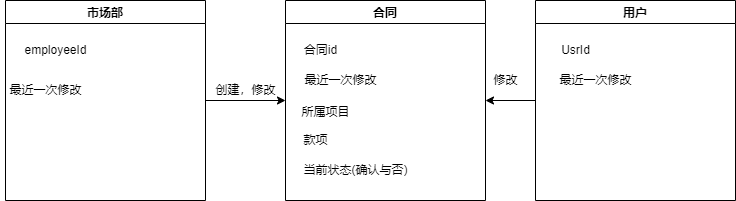
The draw.io diagram file/需求/合同创建.drawio.png in TheGreatAutomata/SE2022-SoftwareTestsSystem, before a commit. Source tidied: cells renumbered, new cells last; positions are measured from the earlier drawing's top-left corner, leaving out a move shared by most shapes. Its diagram source:
```xml
<mxGraphModel>
  <root>
    <mxCell id="0" />
    <mxCell id="1" parent="0" />
    <mxCell id="2" value="合同" style="swimlane;" parent="1" vertex="1">
      <mxGeometry x="285" width="200" height="200" as="geometry" />
    </mxCell>
    <mxCell id="3" value="款项" style="text;html=1;align=center;verticalAlign=middle;strokeColor=none;fillColor=none;" parent="2" vertex="1">
      <mxGeometry x="10" y="130" width="40" height="20" as="geometry" />
    </mxCell>
    <mxCell id="4" value="合同id" style="text;html=1;align=center;verticalAlign=middle;strokeColor=none;fillColor=none;" parent="2" vertex="1">
      <mxGeometry x="10" y="40" width="50" height="20" as="geometry" />
    </mxCell>
    <mxCell id="5" value="最近一次修改" style="text;html=1;align=center;verticalAlign=middle;strokeColor=none;fillColor=none;" parent="2" vertex="1">
      <mxGeometry x="10" y="70" width="90" height="20" as="geometry" />
    </mxCell>
    <mxCell id="6" value="所属项目" style="text;html=1;align=center;verticalAlign=middle;strokeColor=none;fillColor=none;" parent="2" vertex="1">
      <mxGeometry x="10" y="101.5" width="60" height="20" as="geometry" />
    </mxCell>
    <mxCell id="7" value="当前状态(确认与否)" style="text;html=1;align=center;verticalAlign=middle;strokeColor=none;fillColor=none;" parent="2" vertex="1">
      <mxGeometry x="10" y="160" width="120" height="20" as="geometry" />
    </mxCell>
    <mxCell id="8" style="edgeStyle=none;html=1;exitX=0;exitY=0.5;exitDx=0;exitDy=0;entryX=1;entryY=0.5;entryDx=0;entryDy=0;startArrow=none;" parent="1" edge="1" source="9" target="2">
      <mxGeometry relative="1" as="geometry" />
    </mxCell>
    <mxCell id="9" value="用户" style="swimlane;" parent="1" vertex="1">
      <mxGeometry x="535" width="200" height="200" as="geometry" />
    </mxCell>
    <mxCell id="10" value="UsrId" style="text;html=1;align=center;verticalAlign=middle;strokeColor=none;fillColor=none;" parent="9" vertex="1">
      <mxGeometry x="20" y="40" width="40" height="20" as="geometry" />
    </mxCell>
    <mxCell id="11" value="最近一次修改" style="text;html=1;align=center;verticalAlign=middle;strokeColor=none;fillColor=none;" parent="9" vertex="1">
      <mxGeometry x="15" y="70" width="90" height="20" as="geometry" />
    </mxCell>
    <mxCell id="12" style="edgeStyle=none;html=1;entryX=0;entryY=0.5;entryDx=0;entryDy=0;" parent="1" edge="1" source="13" target="2">
      <mxGeometry relative="1" as="geometry" />
    </mxCell>
    <mxCell id="13" value="市场部" style="swimlane;" parent="1" vertex="1">
      <mxGeometry x="5" width="200" height="200" as="geometry" />
    </mxCell>
    <mxCell id="14" value="employeeId" style="text;html=1;align=center;verticalAlign=middle;strokeColor=none;fillColor=none;" parent="13" vertex="1">
      <mxGeometry x="10" y="40" width="80" height="20" as="geometry" />
    </mxCell>
    <mxCell id="15" value="创建，修改" style="text;html=1;align=center;verticalAlign=middle;strokeColor=none;fillColor=none;" parent="1" vertex="1">
      <mxGeometry x="205" y="80" width="80" height="20" as="geometry" />
    </mxCell>
    <mxCell id="16" style="edgeStyle=none;html=1;exitX=0;exitY=0.5;exitDx=0;exitDy=0;entryX=1;entryY=0.5;entryDx=0;entryDy=0;endArrow=none;" parent="1" edge="1" source="9">
      <mxGeometry relative="1" as="geometry">
        <mxPoint x="535" y="90" as="targetPoint" />
      </mxGeometry>
    </mxCell>
    <mxCell id="17" value="修改" style="text;html=1;align=center;verticalAlign=middle;strokeColor=none;fillColor=none;" parent="1" vertex="1">
      <mxGeometry x="485" y="70" width="40" height="20" as="geometry" />
    </mxCell>
    <mxCell id="18" value="最近一次修改" style="text;html=1;align=center;verticalAlign=middle;strokeColor=none;fillColor=none;" parent="1" vertex="1">
      <mxGeometry y="80" width="90" height="20" as="geometry" />
    </mxCell>
  </root>
</mxGraphModel>
```
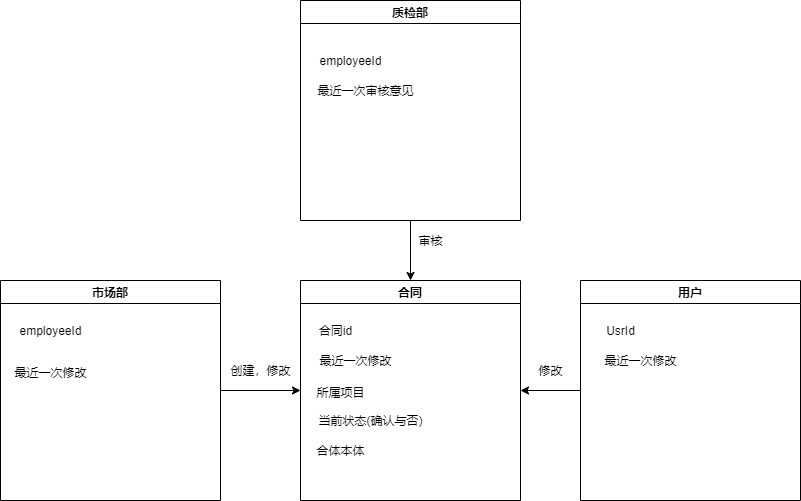
Later version of the same file.

Diff of the diagram source:
```diff
@@ -3,11 +3,8 @@
     <mxCell id="0" />
     <mxCell id="1" parent="0" />
     <mxCell id="2" value="合同" style="swimlane;" parent="1" vertex="1">
-      <mxGeometry x="285" width="200" height="200" as="geometry" />
+      <mxGeometry x="285" width="220" height="220" as="geometry" />
     </mxCell>
-    <mxCell id="3" value="款项" style="text;html=1;align=center;verticalAlign=middle;strokeColor=none;fillColor=none;" parent="2" vertex="1">
-      <mxGeometry x="10" y="130" width="40" height="20" as="geometry" />
-    </mxCell>
     <mxCell id="4" value="合同id" style="text;html=1;align=center;verticalAlign=middle;strokeColor=none;fillColor=none;" parent="2" vertex="1">
       <mxGeometry x="10" y="40" width="50" height="20" as="geometry" />
     </mxCell>
@@ -18,13 +15,16 @@
       <mxGeometry x="10" y="101.5" width="60" height="20" as="geometry" />
     </mxCell>
     <mxCell id="7" value="当前状态(确认与否)" style="text;html=1;align=center;verticalAlign=middle;strokeColor=none;fillColor=none;" parent="2" vertex="1">
-      <mxGeometry x="10" y="160" width="120" height="20" as="geometry" />
+      <mxGeometry x="10" y="130" width="120" height="20" as="geometry" />
     </mxCell>
+    <mxCell id="19" value="合体本体" style="text;html=1;align=center;verticalAlign=middle;strokeColor=none;fillColor=none;" parent="2" vertex="1">
+      <mxGeometry x="10" y="160" width="60" height="20" as="geometry" />
+    </mxCell>
     <mxCell id="8" style="edgeStyle=none;html=1;exitX=0;exitY=0.5;exitDx=0;exitDy=0;entryX=1;entryY=0.5;entryDx=0;entryDy=0;startArrow=none;" parent="1" edge="1" source="9" target="2">
       <mxGeometry relative="1" as="geometry" />
     </mxCell>
     <mxCell id="9" value="用户" style="swimlane;" parent="1" vertex="1">
-      <mxGeometry x="535" width="200" height="200" as="geometry" />
+      <mxGeometry x="565" width="220" height="220" as="geometry" />
     </mxCell>
     <mxCell id="10" value="UsrId" style="text;html=1;align=center;verticalAlign=middle;strokeColor=none;fillColor=none;" parent="9" vertex="1">
       <mxGeometry x="20" y="40" width="40" height="20" as="geometry" />
@@ -36,24 +36,34 @@
       <mxGeometry relative="1" as="geometry" />
     </mxCell>
     <mxCell id="13" value="市场部" style="swimlane;" parent="1" vertex="1">
-      <mxGeometry x="5" width="200" height="200" as="geometry" />
+      <mxGeometry x="-15" width="220" height="220" as="geometry" />
     </mxCell>
     <mxCell id="14" value="employeeId" style="text;html=1;align=center;verticalAlign=middle;strokeColor=none;fillColor=none;" parent="13" vertex="1">
       <mxGeometry x="10" y="40" width="80" height="20" as="geometry" />
     </mxCell>
+    <mxCell id="18" value="最近一次修改" style="text;html=1;align=center;verticalAlign=middle;strokeColor=none;fillColor=none;" parent="13" vertex="1">
+      <mxGeometry x="5" y="81.5" width="90" height="20" as="geometry" />
+    </mxCell>
     <mxCell id="15" value="创建，修改" style="text;html=1;align=center;verticalAlign=middle;strokeColor=none;fillColor=none;" parent="1" vertex="1">
       <mxGeometry x="205" y="80" width="80" height="20" as="geometry" />
     </mxCell>
-    <mxCell id="16" style="edgeStyle=none;html=1;exitX=0;exitY=0.5;exitDx=0;exitDy=0;entryX=1;entryY=0.5;entryDx=0;entryDy=0;endArrow=none;" parent="1" edge="1" source="9">
-      <mxGeometry relative="1" as="geometry">
-        <mxPoint x="535" y="90" as="targetPoint" />
-      </mxGeometry>
-    </mxCell>
     <mxCell id="17" value="修改" style="text;html=1;align=center;verticalAlign=middle;strokeColor=none;fillColor=none;" parent="1" vertex="1">
-      <mxGeometry x="485" y="70" width="40" height="20" as="geometry" />
+      <mxGeometry x="515" y="80" width="40" height="20" as="geometry" />
     </mxCell>
-    <mxCell id="18" value="最近一次修改" style="text;html=1;align=center;verticalAlign=middle;strokeColor=none;fillColor=none;" parent="1" vertex="1">
-      <mxGeometry y="80" width="90" height="20" as="geometry" />
-    </mxCell>
+    <mxCell id="20" style="edgeStyle=orthogonalEdgeStyle;rounded=0;jettySize=auto;html=1;exitX=0.5;exitY=1;exitDx=0;exitDy=0;" parent="1" edge="1" source="21" target="2">
+      <mxGeometry relative="1" as="geometry" />
+    </mxCell>
+    <mxCell id="21" value="质检部" style="swimlane;" parent="1" vertex="1">
+      <mxGeometry x="285" y="-280" width="220" height="220" as="geometry" />
+    </mxCell>
+    <mxCell id="22" value="employeeId" style="text;html=1;align=center;verticalAlign=middle;strokeColor=none;fillColor=none;" parent="21" vertex="1">
+      <mxGeometry x="10" y="50" width="80" height="20" as="geometry" />
+    </mxCell>
+    <mxCell id="23" value="最近一次审核意见" style="text;html=1;align=center;verticalAlign=middle;strokeColor=none;fillColor=none;" parent="21" vertex="1">
+      <mxGeometry x="10" y="80" width="110" height="20" as="geometry" />
+    </mxCell>
+    <mxCell id="24" value="审核" style="text;html=1;align=center;verticalAlign=middle;strokeColor=none;fillColor=none;" parent="1" vertex="1">
+      <mxGeometry x="395" y="-50" width="40" height="20" as="geometry" />
+    </mxCell>
   </root>
 </mxGraphModel>
```
